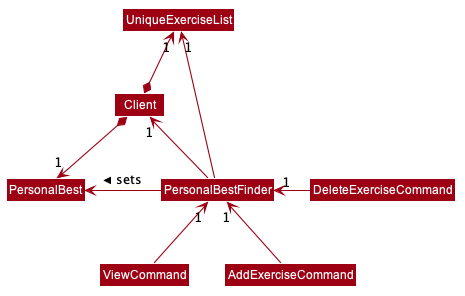
Earlier version of the PlantUML export docs/images/PersonalBestClassDiagram.png (nus-cs2103-AY1920S2/addressbook-level3).
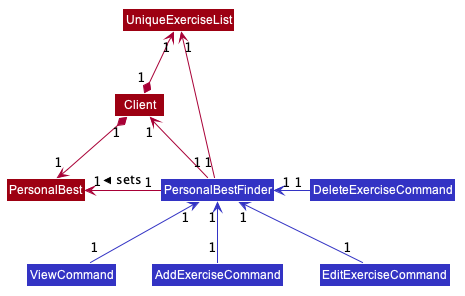
After the change.

Commit message:
Update pb class diagram

Diff of the diagram source:
```diff
@@ -47,19 +47,26 @@
 hide footbox
 hide members
 hide circle
-skinparam arrowThickness 1.1
-skinparam arrowColor #9D0012
-skinparam classBackgroundColor #9D0012
 
-Client *-down-> "1" PersonalBest
-Client *-up-> "1" UniqueExerciseList
+Class Client #9D0012
+Class PersonalBest #9D0012
+Class UniqueExerciseList #9D0012
+Class ViewCommand #3333C4
+Class AddExerciseCommand #3333C4
+Class EditExerciseCommand #3333C4
+Class DeleteExerciseCommand #3333C4
+Class PersonalBestFinder #3333C4
 
-PersonalBestFinder -left-> PersonalBest : sets >
-PersonalBestFinder -left-> "1" Client
-PersonalBestFinder -left-> "1" UniqueExerciseList
+Client "1" *-down-> "1" PersonalBest
+Client "1" *-up-> "1" UniqueExerciseList
 
-ViewCommand -up-> "1" PersonalBestFinder
-AddExerciseCommand -up-> "1" PersonalBestFinder
-DeleteExerciseCommand -left-> "1" PersonalBestFinder
+PersonalBestFinder "1" -left-> "1" PersonalBest : sets >
+PersonalBestFinder "1" -left-> "1" Client
+PersonalBestFinder "1" -left-> "1" UniqueExerciseList
+
+ViewCommand "1" -up[#3333C4]-> "1" PersonalBestFinder
+AddExerciseCommand "1" -up[#3333C4]-> "1" PersonalBestFinder
+DeleteExerciseCommand "1" -left[#3333C4]-> "1" PersonalBestFinder
+EditExerciseCommand "1" -up[#3333C4]-> "1" PersonalBestFinder
 
 @enduml
```
